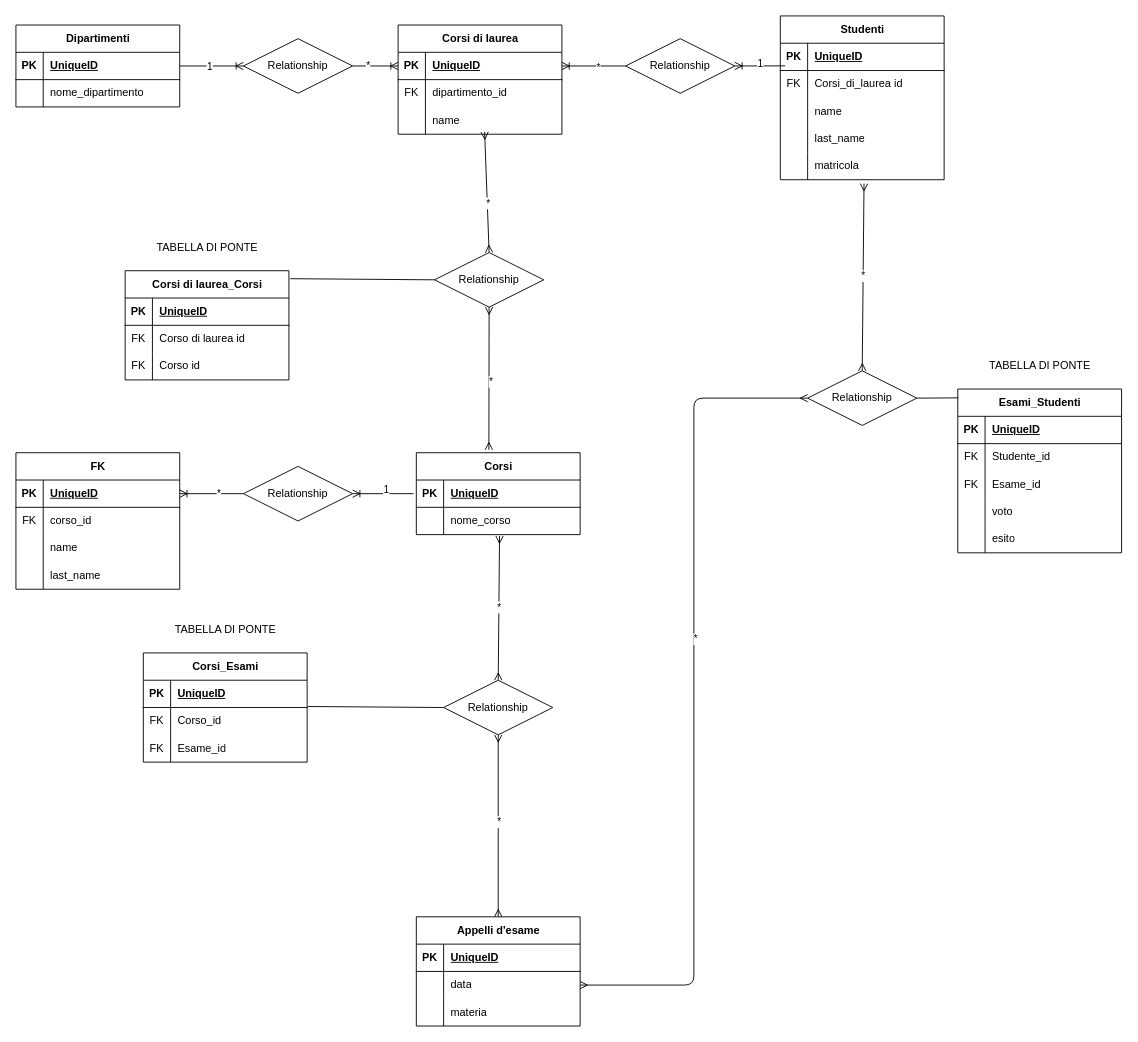
Above: schema.drawio in antoniofalletta2000/db-university (draw.io), before the change. Source tidied: cells renumbered, new cells numbered last; positions are measured from the earlier drawing's top-left corner, leaving out a move shared by most shapes. Both pictures are drawn from the tidied source at 91%, with x=0, y=0 at pixel (15, 15).
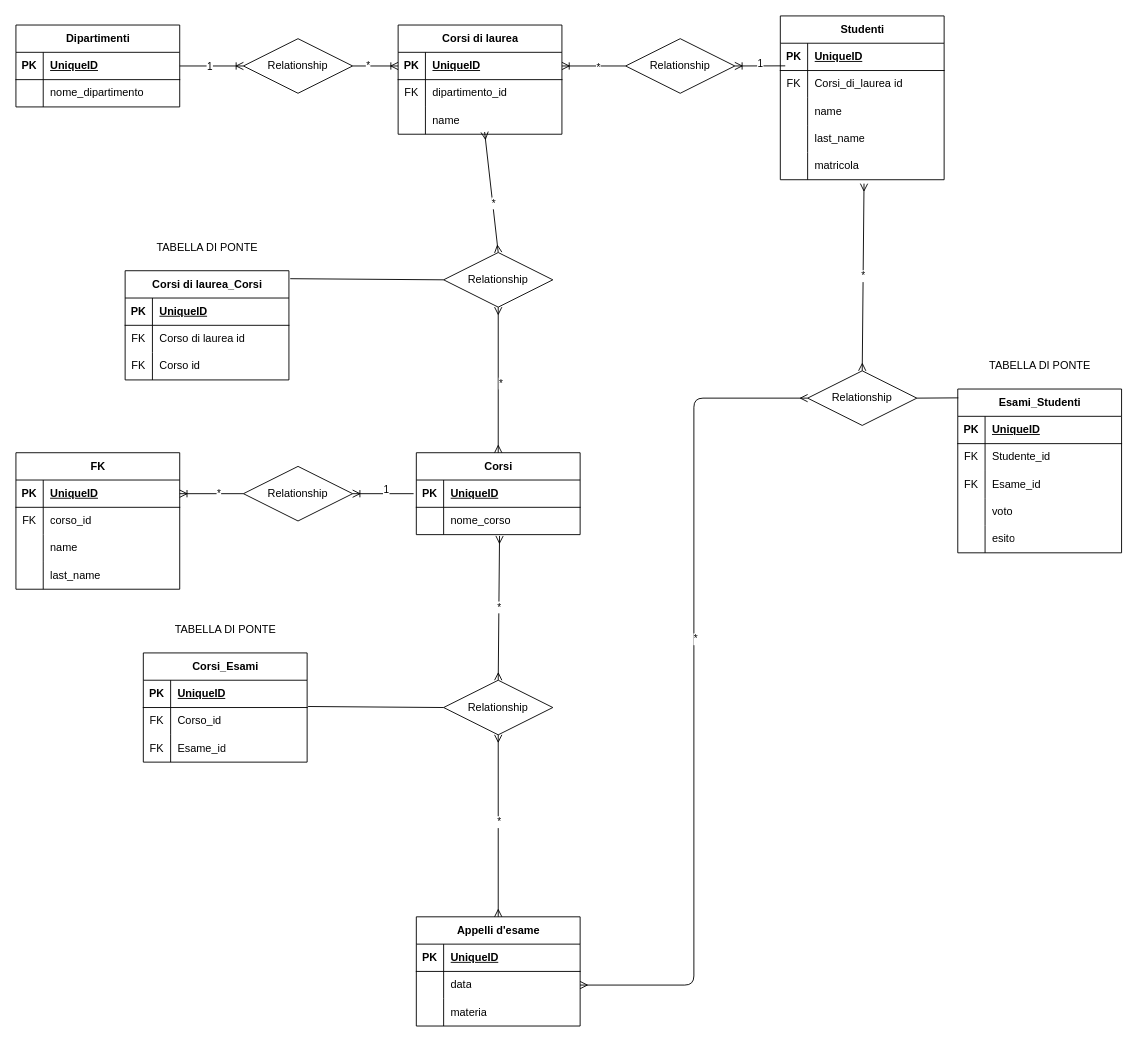
The same page after the edit.

The change refers to these unchanged cells:
```xml
<mxCell id="24" value="Corsi" style="shape=table;startSize=30;childLayout=tableLayout;rowLines=0;fontStyle=1;align=center;html=1;" parent="1" vertex="1">
  <mxGeometry x="440" y="480" width="180" height="90" as="geometry" />
</mxCell>
```

The edit, as a diff of the source:
```diff
@@
-    <mxCell id="43" style="fontSize=12;html=1;endArrow=ERmany;startArrow=ERmany;exitX=0.443;exitY=-0.036;exitDx=0;exitDy=0;entryX=0.5;entryY=1;entryDx=0;entryDy=0;exitPerimeter=0;" parent="1" edge="1" source="24" target="45">
+    <mxCell id="43" style="fontSize=12;html=1;endArrow=ERmany;startArrow=ERmany;exitX=0.5;exitY=0;exitDx=0;exitDy=0;entryX=0.5;entryY=1;entryDx=0;entryDy=0;" parent="1" edge="1" source="24" target="45">
       <mxGeometry relative="1" as="geometry" />
     </mxCell>
@@
     <mxCell id="45" value="Relationship" style="shape=rhombus;perimeter=rhombusPerimeter;whiteSpace=wrap;html=1;align=center;" parent="1" vertex="1">
-      <mxGeometry x="460" y="260" width="120" height="60" as="geometry" />
+      <mxGeometry x="470" y="260" width="120" height="60" as="geometry" />
     </mxCell>
```
